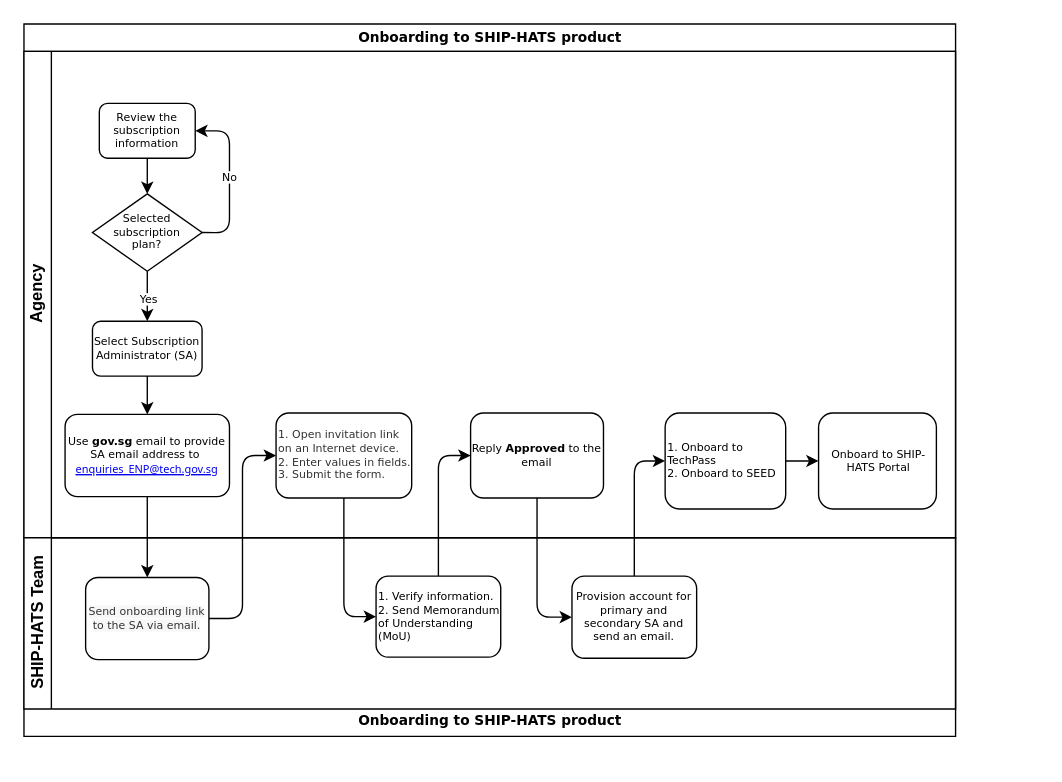
This is images/onboarding-ship-hats.drawio from lixinW/ship-hats-docs, a draw.io file, before an edit. Source tidied: cells renumbered, new cells numbered last; positions are measured from the earlier drawing's top-left corner, leaving out a move shared by most shapes. Both pictures are drawn from the tidied source at 137%, with x=0, y=0 at pixel (23, 23).
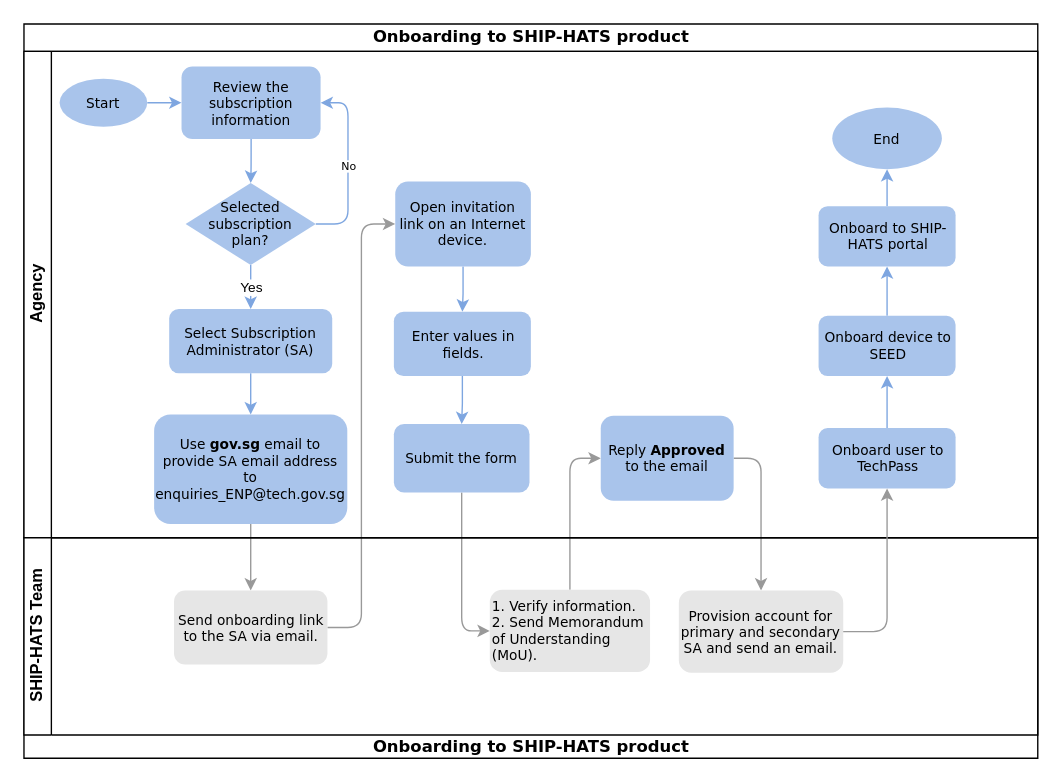
Above is the later version.

Change to the diagram source:
```diff
@@
-    <mxCell id="2" value="&lt;span style=&quot;font-size: 10px;&quot;&gt;Onboarding to SHIP-HATS product&lt;/span&gt;" style="swimlane;html=1;horizontal=1;startSize=20;rounded=0;shadow=0;labelBackgroundColor=none;strokeWidth=1;fontFamily=Verdana;fontSize=8;align=center;" parent="1" vertex="1">
-      <mxGeometry width="680" height="520" as="geometry" />
+    <mxCell id="2" value="&lt;font style=&quot;font-size: 12px;&quot;&gt;Onboarding to SHIP-HATS product&lt;/font&gt;" style="swimlane;html=1;horizontal=1;startSize=20;rounded=0;shadow=0;labelBackgroundColor=none;strokeWidth=1;fontFamily=Verdana;fontSize=8;align=center;strokeColor=#000000;" parent="1" vertex="1">
+      <mxGeometry width="740" height="536" as="geometry" />
     </mxCell>
-    <mxCell id="3" style="edgeStyle=orthogonalEdgeStyle;rounded=1;jettySize=auto;html=1;fontFamily=Verdana;fontSize=8;entryX=0;entryY=0.5;entryDx=0;entryDy=0;exitX=0.5;exitY=0;exitDx=0;exitDy=0;" parent="2" edge="1" source="27" target="22">
-      <mxGeometry relative="1" as="geometry" />
-    </mxCell>
-    <mxCell id="4" style="edgeStyle=orthogonalEdgeStyle;rounded=1;jettySize=auto;html=1;entryX=0;entryY=0.5;entryDx=0;entryDy=0;fontFamily=Verdana;fontSize=8;" parent="2" edge="1" source="25" target="19">
+    <mxCell id="4" style="edgeStyle=orthogonalEdgeStyle;rounded=1;jettySize=auto;html=1;entryX=0;entryY=0.5;entryDx=0;entryDy=0;fontFamily=Verdana;fontSize=8;strokeColor=#999999;fillColor=#999999;" parent="2" edge="1" source="25" target="19">
       <mxGeometry relative="1" as="geometry" />
     </mxCell>
-    <mxCell id="5" style="edgeStyle=orthogonalEdgeStyle;rounded=1;jettySize=auto;html=1;entryX=0;entryY=0.5;entryDx=0;entryDy=0;fontFamily=Verdana;fontSize=8;" parent="2" edge="1" source="19" target="26">
+    <mxCell id="5" style="edgeStyle=orthogonalEdgeStyle;rounded=1;jettySize=auto;html=1;entryX=0;entryY=0.5;entryDx=0;entryDy=0;fontFamily=Verdana;fontSize=8;exitX=0.5;exitY=1;exitDx=0;exitDy=0;strokeColor=#999999;fillColor=#7EA6E0;" parent="2" edge="1" source="33" target="26">
       <mxGeometry relative="1" as="geometry" />
     </mxCell>
-    <mxCell id="6" style="edgeStyle=orthogonalEdgeStyle;rounded=1;jettySize=auto;html=1;entryX=0;entryY=0.5;entryDx=0;entryDy=0;fontFamily=Verdana;fontSize=8;exitX=0.5;exitY=0;exitDx=0;exitDy=0;" parent="2" edge="1" source="26" target="20">
+    <mxCell id="6" style="edgeStyle=orthogonalEdgeStyle;rounded=1;jettySize=auto;html=1;entryX=0;entryY=0.5;entryDx=0;entryDy=0;fontFamily=Verdana;fontSize=8;exitX=0.5;exitY=0;exitDx=0;exitDy=0;strokeColor=#999999;fillColor=#999999;" parent="2" edge="1" source="26" target="20">
       <mxGeometry relative="1" as="geometry" />
     </mxCell>
-    <mxCell id="7" style="edgeStyle=orthogonalEdgeStyle;rounded=1;jettySize=auto;html=1;entryX=0;entryY=0.5;entryDx=0;entryDy=0;fontFamily=Verdana;fontSize=8;exitX=0.5;exitY=1;exitDx=0;exitDy=0;" parent="2" edge="1" source="20" target="27">
+    <mxCell id="7" style="edgeStyle=orthogonalEdgeStyle;rounded=1;jettySize=auto;html=1;entryX=0.5;entryY=0;entryDx=0;entryDy=0;fontFamily=Verdana;fontSize=8;exitX=1;exitY=0.5;exitDx=0;exitDy=0;strokeColor=#999999;fillColor=#7EA6E0;" parent="2" edge="1" source="20" target="27">
       <mxGeometry relative="1" as="geometry" />
     </mxCell>
-    <mxCell id="8" style="edgeStyle=orthogonalEdgeStyle;rounded=1;jettySize=auto;html=1;fontFamily=Verdana;fontSize=8;" parent="2" edge="1" source="12" target="25">
+    <mxCell id="8" style="edgeStyle=orthogonalEdgeStyle;rounded=1;jettySize=auto;html=1;fontFamily=Verdana;fontSize=8;strokeColor=#999999;fillColor=#7EA6E0;" parent="2" edge="1" source="12" target="25">
       <mxGeometry relative="1" as="geometry" />
     </mxCell>
-    <mxCell id="9" value="Agency" style="swimlane;html=1;startSize=20;horizontal=0;" parent="2" vertex="1">
-      <mxGeometry y="20" width="680" height="355" as="geometry" />
+    <mxCell id="9" value="Agency" style="swimlane;html=1;startSize=20;horizontal=0;strokeColor=#000000;" parent="2" vertex="1">
+      <mxGeometry y="20" width="740" height="355" as="geometry" />
     </mxCell>
-    <mxCell id="10" style="edgeStyle=orthogonalEdgeStyle;rounded=1;jettySize=auto;html=1;fontSize=10;" parent="9" edge="1" source="11" target="16">
+    <mxCell id="10" style="edgeStyle=orthogonalEdgeStyle;rounded=1;jettySize=auto;html=1;fontSize=10;strokeColor=#7EA6E0;fillColor=#7EA6E0;" parent="9" edge="1" source="11" target="16">
       <mxGeometry relative="1" as="geometry" />
     </mxCell>
-    <mxCell id="11" value="Review the subscription information" style="rounded=1;whiteSpace=wrap;html=1;shadow=0;labelBackgroundColor=none;strokeWidth=1;fontFamily=Verdana;fontSize=8;align=center;" parent="9" vertex="1">
-      <mxGeometry x="55" y="38" width="70" height="40" as="geometry" />
+    <mxCell id="11" value="&lt;font style=&quot;font-size: 10px;&quot;&gt;Review the subscription information&lt;/font&gt;" style="rounded=1;whiteSpace=wrap;html=1;shadow=0;labelBackgroundColor=none;strokeWidth=1;fontFamily=Verdana;fontSize=8;align=center;fillColor=#A9C4EB;strokeColor=none;" parent="9" vertex="1">
+      <mxGeometry x="115" y="11" width="101.5" height="53" as="geometry" />
     </mxCell>
-    <mxCell id="12" value="Use &lt;b&gt;gov.sg&lt;/b&gt; email to provide SA email address to&amp;nbsp;&lt;br&gt;&lt;font style=&quot;font-size: 8px;&quot;&gt;&lt;a style=&quot;box-sizing: inherit; -webkit-tap-highlight-color: rgba(0, 0, 0, 0); text-size-adjust: none; text-decoration-color: var(--link-text-decoration-color); text-decoration-skip-ink: auto; cursor: pointer; border-bottom: var(--link-border-bottom); font-family: &amp;quot;Source Sans Pro&amp;quot;, &amp;quot;system-ui&amp;quot;, -apple-system, &amp;quot;Segoe UI&amp;quot;, &amp;quot;Helvetica Neue&amp;quot;, Helvetica, Arial, sans-serif; text-align: left; background-color: rgb(255, 255, 255);&quot; href=&quot;mailto:enquiries_ENP@tech.gov.sg&quot;&gt;enquiries_ENP@tech.gov.sg&lt;/a&gt;&lt;br&gt;&lt;/font&gt;" style="rounded=1;whiteSpace=wrap;html=1;shadow=0;labelBackgroundColor=none;strokeWidth=1;fontFamily=Verdana;fontSize=8;align=center;" parent="9" vertex="1">
-      <mxGeometry x="30" y="265" width="120" height="60" as="geometry" />
+    <mxCell id="12" value="&lt;font style=&quot;&quot;&gt;&lt;span style=&quot;font-size: 10px;&quot;&gt;Use &lt;/span&gt;&lt;b style=&quot;font-size: 10px;&quot;&gt;gov.sg&lt;/b&gt;&lt;span style=&quot;font-size: 10px;&quot;&gt; email to provide SA email address to enquiries_ENP@tech.gov.sg&lt;/span&gt;&lt;/font&gt;&lt;font style=&quot;&quot;&gt;&lt;br&gt;&lt;/font&gt;" style="rounded=1;whiteSpace=wrap;html=1;shadow=0;labelBackgroundColor=none;strokeWidth=1;fontFamily=Verdana;fontSize=8;align=center;fillColor=#A9C4EB;strokeColor=none;" parent="9" vertex="1">
+      <mxGeometry x="95" y="265" width="141" height="80" as="geometry" />
     </mxCell>
-    <mxCell id="13" style="edgeStyle=orthogonalEdgeStyle;rounded=1;jettySize=auto;html=1;fontFamily=Verdana;fontSize=8;" parent="9" edge="1" source="16" target="18">
-      <mxGeometry relative="1" as="geometry" />
-    </mxCell>
+    <mxCell id="15" value="No" style="edgeStyle=orthogonalEdgeStyle;rounded=1;jettySize=auto;html=1;entryX=1;entryY=0.5;entryDx=0;entryDy=0;fontFamily=Verdana;fontSize=8;exitX=1;exitY=0.5;exitDx=0;exitDy=0;exitPerimeter=0;strokeColor=#7EA6E0;" parent="9" edge="1" source="16" target="11">
+      <mxGeometry relative="1" as="geometry" />
+    </mxCell>
-    <mxCell id="14" value="Yes" style="edgeLabel;html=1;align=center;verticalAlign=middle;fontSize=8;fontFamily=Verdana;" parent="13" vertex="1">
-      <mxGeometry x="0.23" relative="1" as="geometry" />
+    <mxCell id="14" value="Yes" style="edgeStyle=orthogonalEdgeStyle;rounded=0;jettySize=auto;html=1;fontSize=10;strokeColor=#7EA6E0;fillColor=#7EA6E0;" parent="9" edge="1" source="16" target="18">
+      <mxGeometry relative="1" as="geometry" />
     </mxCell>
-    <mxCell id="15" value="No" style="edgeStyle=orthogonalEdgeStyle;rounded=1;jettySize=auto;html=1;entryX=1;entryY=0.5;entryDx=0;entryDy=0;fontFamily=Verdana;fontSize=8;exitX=1;exitY=0.5;exitDx=0;exitDy=0;exitPerimeter=0;" parent="9" edge="1" source="16" target="11">
-      <mxGeometry relative="1" as="geometry" />
-    </mxCell>
-    <mxCell id="16" value="Selected subscription &lt;br&gt;plan?" style="strokeWidth=1;html=1;shape=mxgraph.flowchart.decision;whiteSpace=wrap;rounded=1;shadow=0;labelBackgroundColor=none;fontFamily=Verdana;fontSize=8;align=center;" parent="9" vertex="1">
-      <mxGeometry x="50" y="104" width="80" height="56.5" as="geometry" />
+    <mxCell id="16" value="&lt;font style=&quot;font-size: 10px;&quot;&gt;Selected subscription &lt;br&gt;plan?&lt;/font&gt;" style="strokeWidth=1;html=1;shape=mxgraph.flowchart.decision;whiteSpace=wrap;rounded=1;shadow=0;labelBackgroundColor=none;fontFamily=Verdana;fontSize=8;align=center;fillColor=#A9C4EB;strokeColor=none;" parent="9" vertex="1">
+      <mxGeometry x="118" y="96" width="95" height="60" as="geometry" />
     </mxCell>
-    <mxCell id="17" style="edgeStyle=orthogonalEdgeStyle;rounded=1;jettySize=auto;html=1;fontFamily=Verdana;fontSize=8;" parent="9" edge="1" source="18" target="12">
+    <mxCell id="17" style="edgeStyle=orthogonalEdgeStyle;rounded=0;jettySize=auto;html=1;fontSize=10;strokeColor=#7EA6E0;fillColor=#7EA6E0;" parent="9" edge="1" source="18" target="12">
       <mxGeometry relative="1" as="geometry" />
     </mxCell>
-    <mxCell id="18" value="Select Subscription&lt;br&gt;Administrator (SA)" style="rounded=1;whiteSpace=wrap;html=1;fontFamily=Verdana;fontSize=8;" parent="9" vertex="1">
-      <mxGeometry x="50" y="197" width="80" height="40" as="geometry" />
+    <mxCell id="18" value="&lt;font style=&quot;font-size: 10px;&quot;&gt;Select Subscription&lt;br&gt;Administrator (SA)&lt;/font&gt;" style="rounded=1;whiteSpace=wrap;html=1;fontFamily=Verdana;fontSize=8;fillColor=#A9C4EB;strokeColor=none;" parent="9" vertex="1">
+      <mxGeometry x="106" y="188" width="119" height="47" as="geometry" />
     </mxCell>
+    <mxCell id="29" style="edgeStyle=orthogonalEdgeStyle;rounded=0;jettySize=auto;html=1;fontSize=10;fontColor=#000000;strokeColor=#7EA6E0;fillColor=#7EA6E0;" parent="9" edge="1" source="19" target="32">
+      <mxGeometry relative="1" as="geometry" />
+    </mxCell>
-    <mxCell id="19" value="&lt;span style=&quot;color: rgb(50, 50, 50); background-color: rgb(255, 255, 255);&quot;&gt;&lt;font style=&quot;font-size: 8px;&quot;&gt;1. Open invitation link on an Internet device.&lt;br&gt;2. Enter values in fields.&lt;br&gt;3.&amp;nbsp;Submit the form.&lt;/font&gt;&lt;/span&gt;" style="rounded=1;whiteSpace=wrap;html=1;fontFamily=Verdana;fontSize=8;align=left;" parent="9" vertex="1">
-      <mxGeometry x="184" y="264" width="99" height="62" as="geometry" />
+    <mxCell id="19" value="&lt;div style=&quot;&quot;&gt;&lt;font style=&quot;font-size: 10px;&quot;&gt;Open invitation link on an Internet device.&lt;/font&gt;&lt;/div&gt;" style="rounded=1;whiteSpace=wrap;html=1;fontFamily=Verdana;fontSize=8;align=center;fillColor=#A9C4EB;strokeColor=none;" parent="9" vertex="1">
+      <mxGeometry x="271" y="95" width="99" height="62" as="geometry" />
     </mxCell>
-    <mxCell id="20" value="Reply &lt;b&gt;Approved&lt;/b&gt; to the email" style="rounded=1;whiteSpace=wrap;html=1;fontFamily=Verdana;fontSize=8;" parent="9" vertex="1">
-      <mxGeometry x="326" y="264" width="97" height="62" as="geometry" />
+    <mxCell id="20" value="&lt;font style=&quot;font-size: 10px;&quot;&gt;Reply &lt;b&gt;Approved&lt;/b&gt; to the email&lt;/font&gt;" style="rounded=1;whiteSpace=wrap;html=1;fontFamily=Verdana;fontSize=8;fillColor=#A9C4EB;strokeColor=none;" parent="9" vertex="1">
+      <mxGeometry x="421" y="266" width="97" height="62" as="geometry" />
     </mxCell>
-    <mxCell id="21" style="edgeStyle=orthogonalEdgeStyle;rounded=1;jettySize=auto;html=1;fontFamily=Verdana;fontSize=8;" parent="9" edge="1" source="22" target="23">
-      <mxGeometry relative="1" as="geometry" />
-    </mxCell>
+    <mxCell id="30" style="edgeStyle=orthogonalEdgeStyle;rounded=1;jettySize=auto;html=1;fontSize=10;fontColor=#000000;entryX=0.5;entryY=1;entryDx=0;entryDy=0;strokeColor=#7EA6E0;fillColor=#7EA6E0;" parent="9" edge="1" source="22" target="36">
+      <mxGeometry relative="1" as="geometry" />
+    </mxCell>
-    <mxCell id="22" value="&lt;div style=&quot;&quot;&gt;&lt;/div&gt;1. Onboard to TechPass&lt;br&gt;2. Onboard to SEED" style="rounded=1;whiteSpace=wrap;html=1;fontFamily=Verdana;fontSize=8;align=left;" parent="9" vertex="1">
-      <mxGeometry x="468" y="264" width="88" height="70" as="geometry" />
+    <mxCell id="22" value="&lt;div style=&quot;&quot;&gt;&lt;/div&gt;&lt;font style=&quot;font-size: 10px;&quot;&gt;&lt;div style=&quot;text-align: center;&quot;&gt;&lt;span style=&quot;background-color: initial;&quot;&gt;Onboard user to TechPass&lt;/span&gt;&lt;/div&gt;&lt;/font&gt;" style="rounded=1;whiteSpace=wrap;html=1;fontFamily=Verdana;fontSize=8;align=left;fillColor=#A9C4EB;strokeColor=none;" parent="9" vertex="1">
+      <mxGeometry x="580" y="275" width="100" height="44" as="geometry" />
     </mxCell>
-    <mxCell id="23" value="&lt;div style=&quot;&quot;&gt;&lt;/div&gt;&lt;div style=&quot;text-align: center;&quot;&gt;&lt;span style=&quot;background-color: initial;&quot;&gt;Onboard to SHIP-HATS Portal&lt;/span&gt;&lt;/div&gt;" style="rounded=1;whiteSpace=wrap;html=1;fontFamily=Verdana;fontSize=8;align=left;" parent="9" vertex="1">
-      <mxGeometry x="580" y="264" width="86" height="70" as="geometry" />
-    </mxCell>
+    <mxCell id="31" style="edgeStyle=orthogonalEdgeStyle;rounded=0;jettySize=auto;html=1;fontSize=10;fontColor=#000000;strokeColor=#7EA6E0;fillColor=#7EA6E0;" parent="9" edge="1" source="32" target="33">
+      <mxGeometry relative="1" as="geometry" />
+    </mxCell>
+    <mxCell id="32" value="&lt;div style=&quot;text-align: center;&quot;&gt;&lt;span style=&quot;font-size: 10px;&quot;&gt;Enter values in fields.&lt;/span&gt;&lt;/div&gt;" style="rounded=1;whiteSpace=wrap;html=1;fontFamily=Verdana;fontSize=8;align=left;fillColor=#A9C4EB;strokeColor=none;" parent="9" vertex="1">
+      <mxGeometry x="270" y="190" width="100" height="47" as="geometry" />
+    </mxCell>
+    <mxCell id="33" value="&lt;span style=&quot;font-size: 10px;&quot;&gt;Submit the form&lt;/span&gt;" style="rounded=1;whiteSpace=wrap;html=1;fontFamily=Verdana;fontSize=8;align=center;fillColor=#A9C4EB;strokeColor=none;" parent="9" vertex="1">
+      <mxGeometry x="270" y="272" width="99" height="50" as="geometry" />
+    </mxCell>
+    <mxCell id="34" style="edgeStyle=orthogonalEdgeStyle;rounded=0;orthogonalLoop=1;jettySize=auto;html=1;exitX=0.5;exitY=1;exitDx=0;exitDy=0;fontSize=10;" parent="9" edge="1" source="33" target="33">
+      <mxGeometry relative="1" as="geometry" />
+    </mxCell>
+    <mxCell id="35" style="edgeStyle=orthogonalEdgeStyle;rounded=1;jettySize=auto;html=1;fontSize=10;fontColor=#000000;strokeColor=#7EA6E0;fillColor=#7EA6E0;" parent="9" edge="1" source="36" target="38">
+      <mxGeometry relative="1" as="geometry" />
+    </mxCell>
+    <mxCell id="36" value="&lt;div style=&quot;&quot;&gt;&lt;/div&gt;&lt;font style=&quot;font-size: 10px;&quot;&gt;&lt;div style=&quot;text-align: center;&quot;&gt;&lt;span style=&quot;background-color: initial;&quot;&gt;Onboard device to SEED&lt;/span&gt;&lt;/div&gt;&lt;/font&gt;" style="rounded=1;whiteSpace=wrap;html=1;fontFamily=Verdana;fontSize=8;align=left;fillColor=#A9C4EB;strokeColor=none;" parent="9" vertex="1">
+      <mxGeometry x="580" y="193" width="100" height="44" as="geometry" />
+    </mxCell>
+    <mxCell id="37" style="edgeStyle=orthogonalEdgeStyle;rounded=1;jettySize=auto;html=1;fontSize=10;fontColor=#000000;strokeColor=#7EA6E0;fillColor=#999999;" parent="9" edge="1" source="38" target="39">
+      <mxGeometry relative="1" as="geometry" />
+    </mxCell>
+    <mxCell id="38" value="&lt;div style=&quot;&quot;&gt;&lt;/div&gt;&lt;font style=&quot;font-size: 10px;&quot;&gt;&lt;div style=&quot;text-align: center;&quot;&gt;&lt;span style=&quot;background-color: initial;&quot;&gt;Onboard to SHIP-HATS portal&lt;/span&gt;&lt;/div&gt;&lt;/font&gt;" style="rounded=1;whiteSpace=wrap;html=1;fontFamily=Verdana;fontSize=8;align=left;fillColor=#A9C4EB;strokeColor=none;" parent="9" vertex="1">
+      <mxGeometry x="580" y="113" width="100" height="44" as="geometry" />
+    </mxCell>
+    <mxCell id="39" value="&lt;font face=&quot;Verdana&quot;&gt;End&lt;/font&gt;" style="ellipse;whiteSpace=wrap;html=1;labelBackgroundColor=none;fontSize=10;fontColor=#000000;strokeColor=none;fillColor=#A9C4EB;" parent="9" vertex="1">
+      <mxGeometry x="590" y="41" width="80" height="45" as="geometry" />
+    </mxCell>
+    <mxCell id="40" style="edgeStyle=orthogonalEdgeStyle;rounded=1;jettySize=auto;html=1;fontFamily=Verdana;fontSize=10;fontColor=#000000;strokeColor=#7EA6E0;fillColor=#999999;" parent="9" edge="1" source="41" target="11">
+      <mxGeometry relative="1" as="geometry" />
+    </mxCell>
+    <mxCell id="41" value="&lt;font face=&quot;Verdana&quot;&gt;Start&lt;/font&gt;" style="ellipse;whiteSpace=wrap;html=1;labelBackgroundColor=none;fontSize=10;fontColor=#000000;strokeColor=none;fillColor=#A9C4EB;" parent="9" vertex="1">
+      <mxGeometry x="26" y="20" width="64" height="35" as="geometry" />
+    </mxCell>
-    <mxCell id="24" value="SHIP-HATS Team" style="swimlane;html=1;startSize=20;horizontal=0;" parent="2" vertex="1">
-      <mxGeometry y="375" width="680" height="125" as="geometry" />
+    <mxCell id="24" value="SHIP-HATS Team" style="swimlane;html=1;startSize=20;horizontal=0;align=center;" parent="2" vertex="1">
+      <mxGeometry y="375" width="740" height="144" as="geometry" />
     </mxCell>
-    <mxCell id="25" value="&lt;span style=&quot;color: rgb(50, 50, 50); text-align: left; background-color: rgb(247, 247, 247);&quot;&gt;&lt;font style=&quot;font-size: 8px;&quot;&gt;Send onboarding link to the SA via email.&lt;/font&gt;&lt;/span&gt;" style="rounded=1;whiteSpace=wrap;html=1;fontFamily=Verdana;fontSize=8;" parent="24" vertex="1">
-      <mxGeometry x="45" y="29" width="90" height="60" as="geometry" />
+    <mxCell id="25" value="&lt;span style=&quot;text-align: left;&quot;&gt;&lt;font style=&quot;font-size: 10px;&quot;&gt;Send onboarding link to the SA via email.&lt;/font&gt;&lt;/span&gt;" style="rounded=1;whiteSpace=wrap;html=1;fontFamily=Verdana;fontSize=8;fillColor=#E6E6E6;strokeColor=none;" parent="24" vertex="1">
+      <mxGeometry x="109.5" y="38.5" width="112" height="54" as="geometry" />
     </mxCell>
-    <mxCell id="26" value="1. Verify information.&lt;br&gt;2. Send Memorandum of Understanding (MoU)" style="rounded=1;whiteSpace=wrap;html=1;fontSize=8;fontFamily=Verdana;align=left;" parent="24" vertex="1">
-      <mxGeometry x="257" y="28" width="91" height="59.2" as="geometry" />
+    <mxCell id="26" value="&lt;font style=&quot;font-size: 10px;&quot;&gt;1. Verify information.&lt;br&gt;2. Send Memorandum of Understanding (MoU).&lt;/font&gt;" style="rounded=1;whiteSpace=wrap;html=1;fontSize=8;fontFamily=Verdana;align=left;fillColor=#E6E6E6;strokeColor=none;" parent="24" vertex="1">
+      <mxGeometry x="340" y="38" width="117" height="60" as="geometry" />
     </mxCell>
-    <mxCell id="27" value="Provision account for primary and secondary SA and send an email." style="rounded=1;whiteSpace=wrap;html=1;fontFamily=Verdana;fontSize=8;" parent="24" vertex="1">
-      <mxGeometry x="400" y="28" width="91" height="60" as="geometry" />
+    <mxCell id="27" value="&lt;font style=&quot;font-size: 10px;&quot;&gt;Provision account for primary and secondary SA and send an email.&lt;/font&gt;" style="rounded=1;whiteSpace=wrap;html=1;fontFamily=Verdana;fontSize=8;fillColor=#E6E6E6;strokeColor=none;" parent="24" vertex="1">
+      <mxGeometry x="478" y="38.5" width="120" height="60" as="geometry" />
     </mxCell>
+    <mxCell id="3" style="edgeStyle=orthogonalEdgeStyle;jettySize=auto;html=1;fontSize=10;fontColor=#000000;entryX=0.5;entryY=1;entryDx=0;entryDy=0;rounded=1;exitX=1;exitY=0.5;exitDx=0;exitDy=0;strokeColor=#999999;fillColor=#999999;" parent="2" edge="1" source="27" target="22">
+      <mxGeometry relative="1" as="geometry" />
+    </mxCell>
-    <mxCell id="28" value="&lt;b&gt;Onboarding to SHIP-HATS product&lt;/b&gt;" style="text;html=1;align=center;verticalAlign=middle;strokeColor=none;fillColor=none;fontSize=10;fontFamily=Verdana;" parent="2" vertex="1">
-      <mxGeometry y="500" width="680" height="16" as="geometry" />
+    <mxCell id="28" value="&lt;b&gt;&lt;font style=&quot;font-size: 12px;&quot;&gt;Onboarding to SHIP-HATS product&lt;/font&gt;&lt;/b&gt;" style="text;html=1;align=center;verticalAlign=middle;strokeColor=none;fillColor=none;fontSize=10;fontFamily=Verdana;" parent="2" vertex="1">
+      <mxGeometry y="519" width="740" height="17" as="geometry" />
     </mxCell>
```
